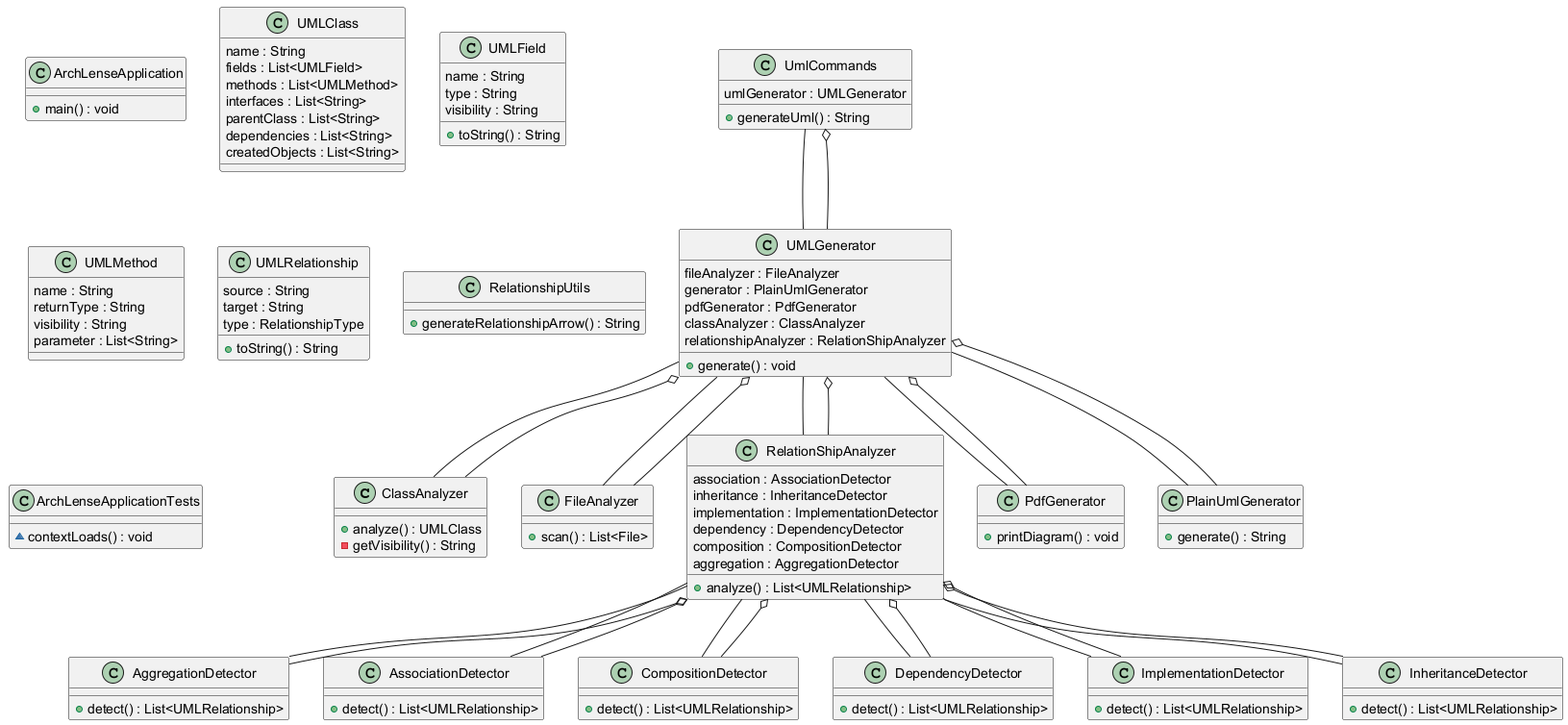
Above: diagram.png in sithija-sulochana/ArchLense (PlantUML), before the change.
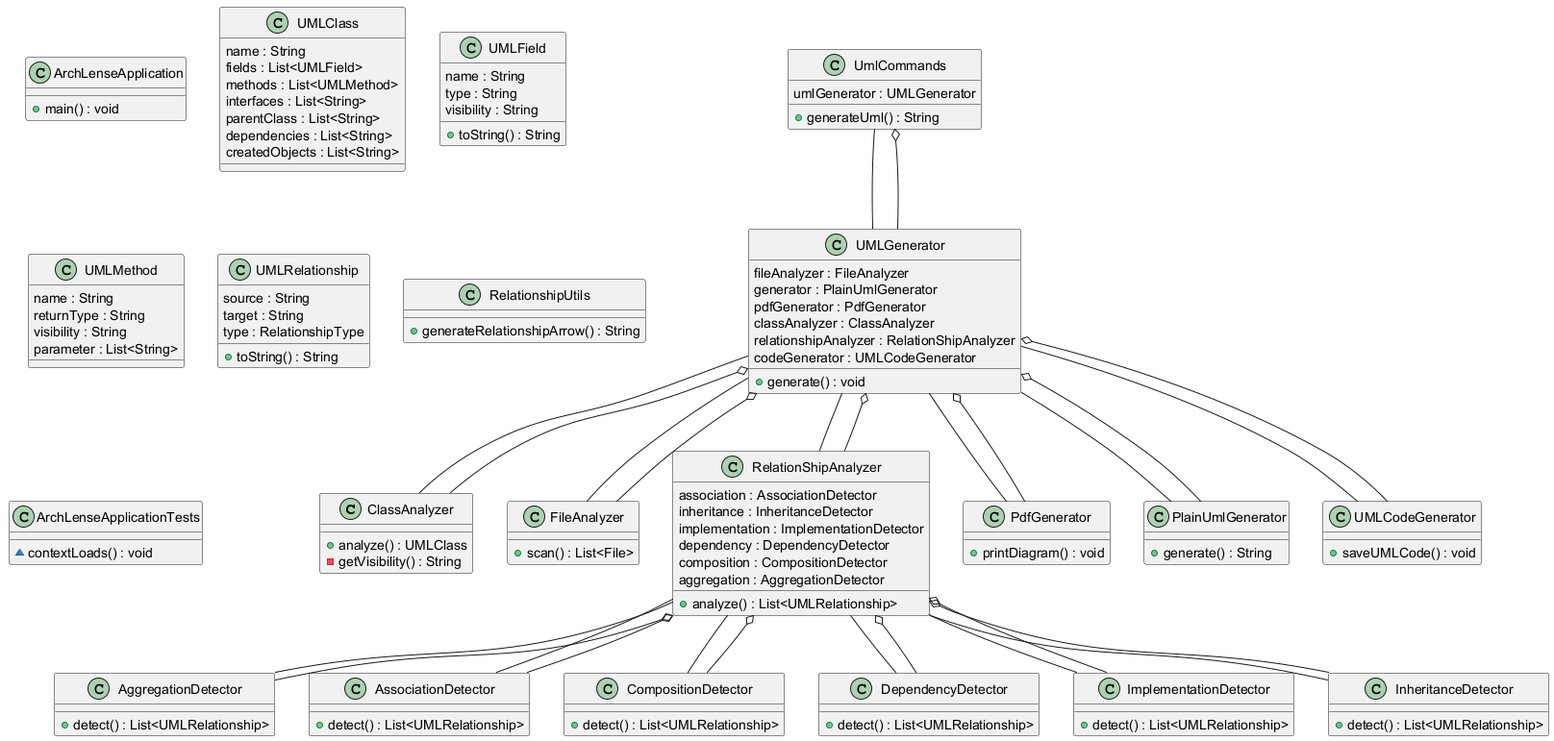
After the change.

Commit message:
Chore: saved the uml code into plainUML txt file

Diff of the diagram source:
```diff
@@ -42,6 +42,9 @@
 class PlainUmlGenerator {
   + generate() : String
 }
+class UMLCodeGenerator {
+  + saveUMLCode() : void
+}
 class UMLClass {
   name : String
   fields : List<UMLField>
@@ -75,6 +78,7 @@
   pdfGenerator : PdfGenerator
   classAnalyzer : ClassAnalyzer
   relationshipAnalyzer : RelationShipAnalyzer
+  codeGenerator : UMLCodeGenerator
   + generate() : void
 }
 class UmlCommands {
@@ -87,28 +91,30 @@
 class ArchLenseApplicationTests {
   ~ contextLoads() : void
 }
+RelationShipAnalyzer -- InheritanceDetector
+RelationShipAnalyzer -- CompositionDetector
+RelationShipAnalyzer -- AssociationDetector
+UMLGenerator -- RelationShipAnalyzer
+UmlCommands -- UMLGenerator
 RelationShipAnalyzer -- DependencyDetector
-RelationShipAnalyzer -- AssociationDetector
+UMLGenerator -- PdfGenerator
+UMLGenerator -- FileAnalyzer
 UMLGenerator -- PlainUmlGenerator
-RelationShipAnalyzer -- CompositionDetector
-UmlCommands -- UMLGenerator
-RelationShipAnalyzer -- InheritanceDetector
+UMLGenerator -- UMLCodeGenerator
 UMLGenerator -- ClassAnalyzer
-UMLGenerator -- RelationShipAnalyzer
-UMLGenerator -- PdfGenerator
 RelationShipAnalyzer -- AggregationDetector
 RelationShipAnalyzer -- ImplementationDetector
-UMLGenerator -- FileAnalyzer
-RelationShipAnalyzer o-- DependencyDetector
+UMLGenerator o-- FileAnalyzer
+RelationShipAnalyzer o-- AggregationDetector
+UMLGenerator o-- UMLCodeGenerator
+UmlCommands o-- UMLGenerator
+RelationShipAnalyzer o-- AssociationDetector
 RelationShipAnalyzer o-- ImplementationDetector
-UMLGenerator o-- ClassAnalyzer
-UmlCommands o-- UMLGenerator
-UMLGenerator o-- FileAnalyzer
-RelationShipAnalyzer o-- AssociationDetector
-UMLGenerator o-- PlainUmlGenerator
-RelationShipAnalyzer o-- AggregationDetector
-RelationShipAnalyzer o-- CompositionDetector
 UMLGenerator o-- PdfGenerator
 UMLGenerator o-- RelationShipAnalyzer
+RelationShipAnalyzer o-- DependencyDetector
+UMLGenerator o-- ClassAnalyzer
+UMLGenerator o-- PlainUmlGenerator
+RelationShipAnalyzer o-- CompositionDetector
 RelationShipAnalyzer o-- InheritanceDetector
 @enduml
```
